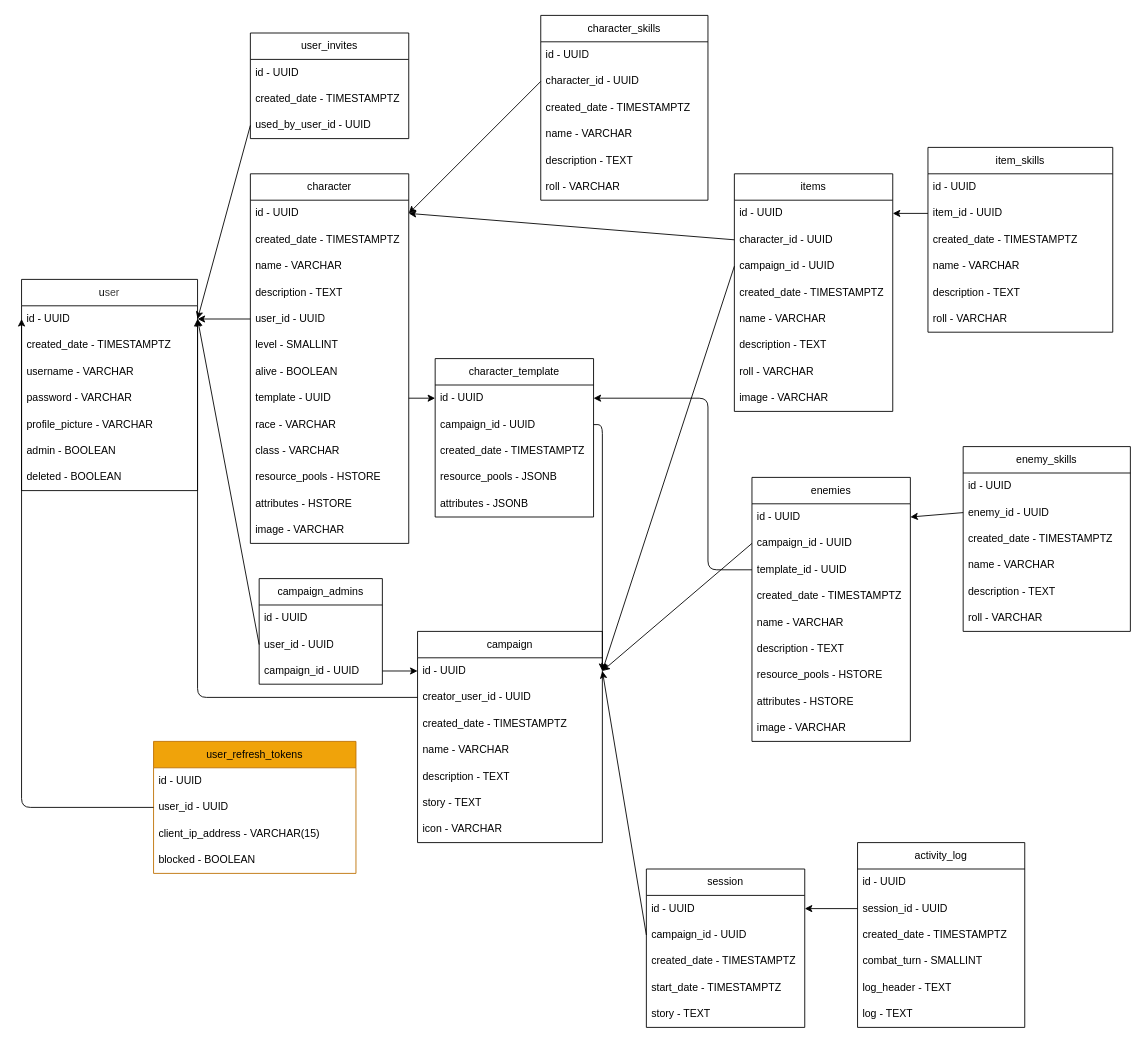
The draw.io diagram database/database.drawio in AlecSouthward/dragon-vault, before the edit. Source tidied: cells renumbered, new cells numbered last; positions are measured from the earlier drawing's top-left corner, leaving out a move shared by most shapes. Both pictures are drawn from the tidied source at 88%, with x=0, y=0 at pixel (21, 15).
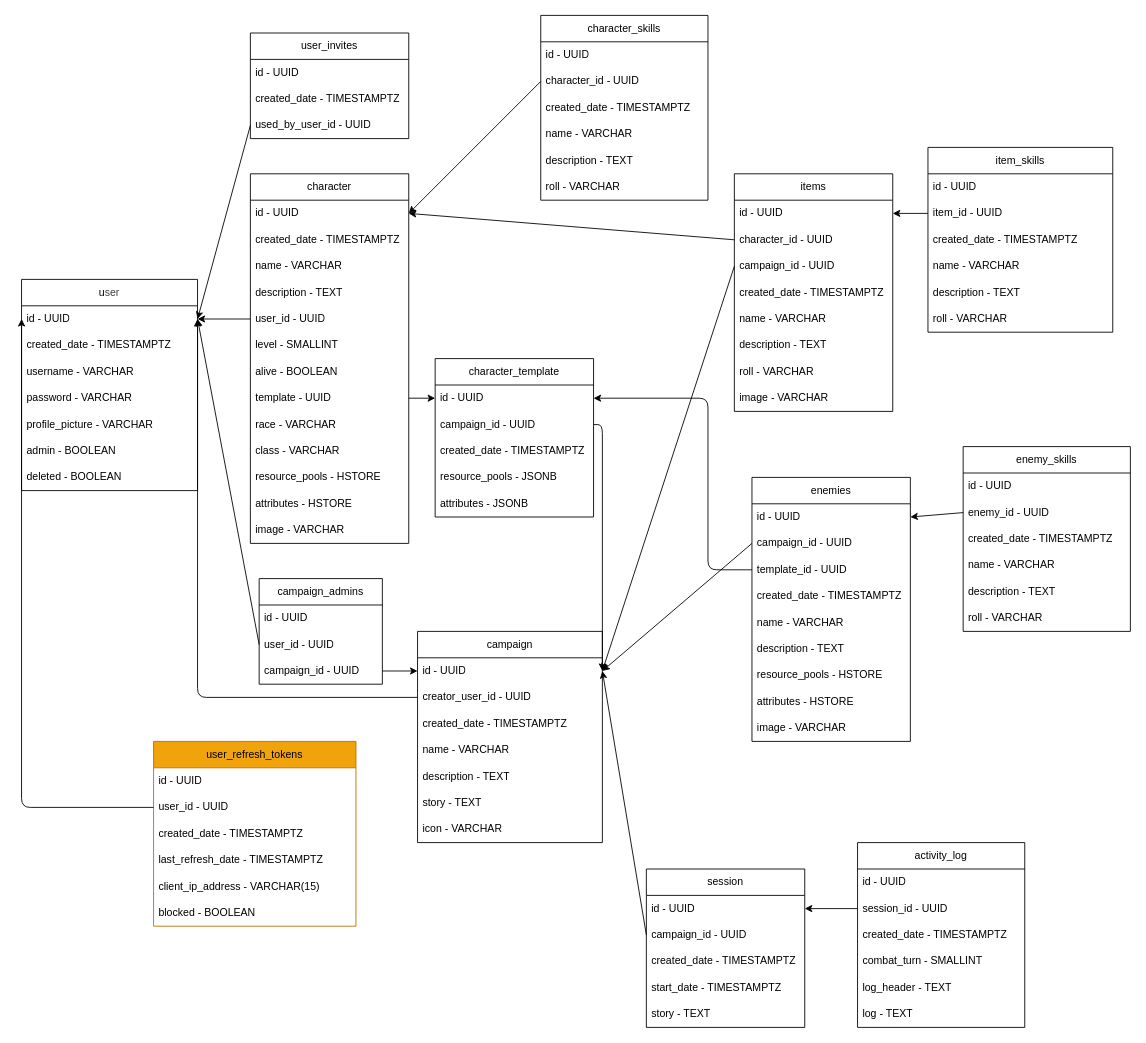
Above is the later version.

Commit message:
Fix some issues on the database diagram

Diff of the diagram source:
```diff
@@
     <mxCell id="107" value="user_refresh_tokens" style="swimlane;fontStyle=0;horizontal=1;startSize=30;whiteSpace=wrap;html=1;fillColor=#f0a30a;fontColor=#000000;strokeColor=#BD7000;" parent="1" vertex="1">
-      <mxGeometry x="150" y="825" width="230" height="150" as="geometry" />
+      <mxGeometry x="150" y="825" width="230" height="210" as="geometry" />
     </mxCell>
@@
+    <mxCell id="121" value="created_date - TIMESTAMPTZ" style="text;strokeColor=none;fillColor=none;align=left;verticalAlign=middle;spacingLeft=4;spacingRight=4;overflow=hidden;whiteSpace=wrap;html=1;" parent="107" vertex="1">
+      <mxGeometry y="90" width="230" height="30" as="geometry" />
+    </mxCell>
+    <mxCell id="122" value="last_refresh_date - TIMESTAMPTZ" style="text;strokeColor=none;fillColor=none;align=left;verticalAlign=middle;spacingLeft=4;spacingRight=4;overflow=hidden;whiteSpace=wrap;html=1;" parent="107" vertex="1">
+      <mxGeometry y="120" width="230" height="30" as="geometry" />
+    </mxCell>
     <mxCell id="110" value="client_ip_address - VARCHAR(15)" style="text;strokeColor=none;fillColor=none;align=left;verticalAlign=middle;spacingLeft=4;spacingRight=4;overflow=hidden;whiteSpace=wrap;html=1;" parent="107" vertex="1">
-      <mxGeometry y="90" width="230" height="30" as="geometry" />
+      <mxGeometry y="150" width="230" height="30" as="geometry" />
     </mxCell>
     <mxCell id="111" value="blocked - BOOLEAN" style="text;strokeColor=none;fillColor=none;align=left;verticalAlign=middle;spacingLeft=4;spacingRight=4;overflow=hidden;whiteSpace=wrap;html=1;" parent="107" vertex="1">
-      <mxGeometry y="120" width="230" height="30" as="geometry" />
+      <mxGeometry y="180" width="230" height="30" as="geometry" />
     </mxCell>
```
